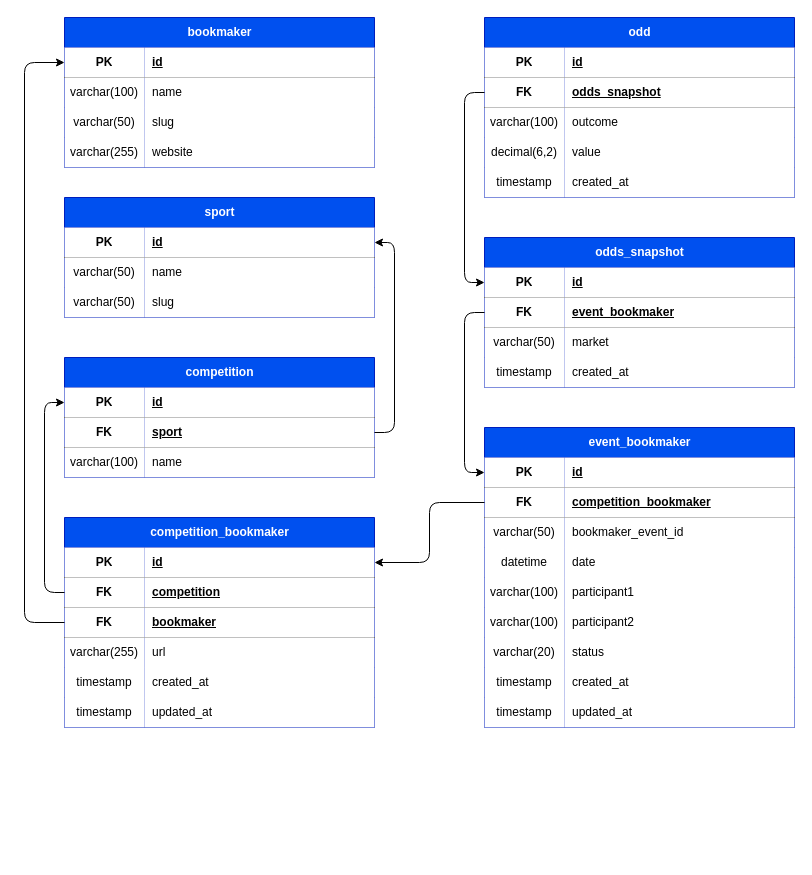
Earlier version of the draw.io diagram docs/MCD/src/scrapodd.drawio (davidb99/scrapodd). Source tidied: cells renumbered, new cells numbered last; positions are measured from the earlier drawing's top-left corner, leaving out a move shared by most shapes. Both pictures are drawn from the tidied source at 100%, with x=0, y=0 at pixel (24, 17).
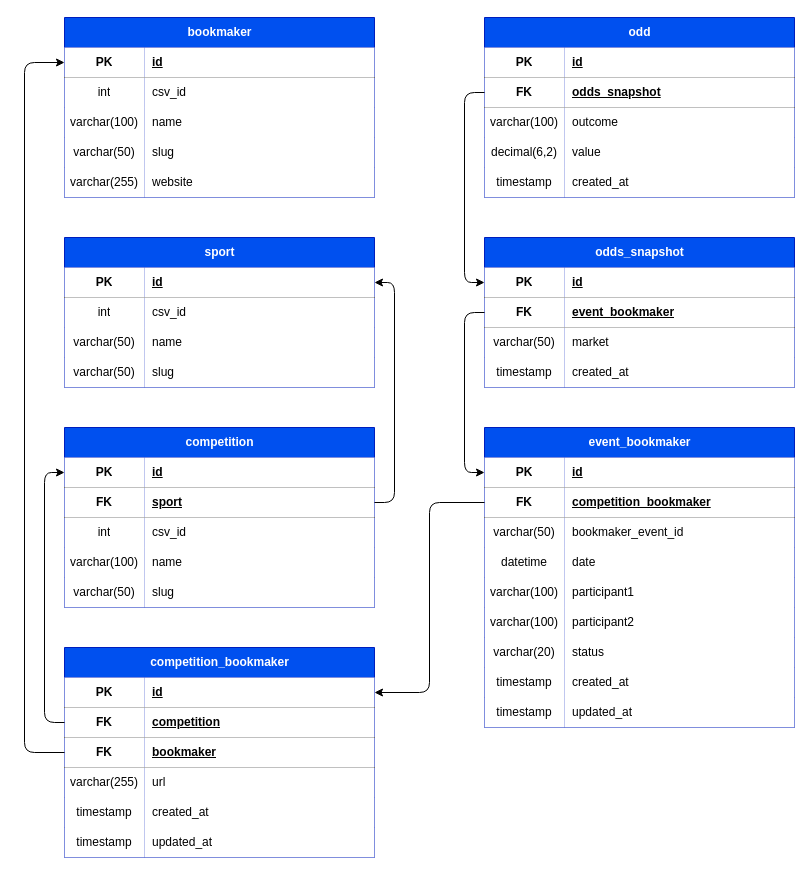
The same diagram, later.

Commit message (it also covers changes not shown here):
Ajout du slug dans l'entité Competition. Ajout du csv_id dans Bookmaker, Sport et Competition.

Unchanged cells that the change refers to:
```xml
<mxCell id="3" style="shape=tableRow;horizontal=0;startSize=0;swimlaneHead=0;swimlaneBody=0;fillColor=none;points=[[0,0.5],[1,0.5]];portConstraint=eastwest;top=0;left=0;right=0;bottom=1;rounded=0;" parent="2" vertex="1">
  <mxGeometry y="30" width="310" height="30" as="geometry" />
</mxCell>
<mxCell id="79" style="shape=tableRow;horizontal=0;startSize=0;swimlaneHead=0;swimlaneBody=0;fillColor=none;top=0;left=0;right=0;bottom=0;rounded=0;" parent="72" vertex="1">
  <mxGeometry y="90" width="310" height="30" as="geometry" />
</mxCell>
<mxCell id="89" style="shape=tableRow;horizontal=0;startSize=0;swimlaneHead=0;swimlaneBody=0;fillColor=none;points=[[0,0.5],[1,0.5]];portConstraint=eastwest;top=0;left=0;right=0;bottom=1;rounded=0;" parent="82" vertex="1">
  <mxGeometry y="90" width="310" height="30" as="geometry" />
</mxCell>
```

Diff of the diagram source:
```diff
@@
     <mxCell id="2" value="bookmaker" style="shape=table;startSize=30;childLayout=tableLayout;rowLines=0;fontStyle=1;align=center;html=1;fillColor=#0050ef;fontColor=#ffffff;strokeColor=#001DBC;rounded=0;" parent="1" vertex="1">
-      <mxGeometry x="40" width="310" height="150" as="geometry" />
+      <mxGeometry x="40" width="310" height="180" as="geometry" />
     </mxCell>
@@
+    <mxCell id="117" style="shape=tableRow;horizontal=0;startSize=0;swimlaneHead=0;swimlaneBody=0;fillColor=none;top=0;left=0;right=0;bottom=0;rounded=0;" parent="2" vertex="1">
+      <mxGeometry y="60" width="310" height="30" as="geometry" />
+    </mxCell>
+    <mxCell id="118" value="int" style="shape=partialRectangle;top=0;left=0;bottom=0;right=0;overflow=hidden;whiteSpace=wrap;html=1;rounded=0;" parent="117" vertex="1">
+      <mxGeometry width="80" height="30" as="geometry" />
+    </mxCell>
+    <mxCell id="119" value="csv_id" style="shape=partialRectangle;top=0;left=0;bottom=0;right=0;align=left;spacingLeft=6;overflow=hidden;whiteSpace=wrap;html=1;rounded=0;" parent="117" vertex="1">
+      <mxGeometry x="80" width="230" height="30" as="geometry" />
+    </mxCell>
     <mxCell id="6" style="shape=tableRow;horizontal=0;startSize=0;swimlaneHead=0;swimlaneBody=0;fillColor=none;top=0;left=0;right=0;bottom=0;rounded=0;" parent="2" vertex="1">
-      <mxGeometry y="60" width="310" height="30" as="geometry" />
+      <mxGeometry y="90" width="310" height="30" as="geometry" />
     </mxCell>
@@
     <mxCell id="9" style="shape=tableRow;horizontal=0;startSize=0;swimlaneHead=0;swimlaneBody=0;fillColor=none;top=0;left=0;right=0;bottom=0;rounded=0;" parent="2" vertex="1">
-      <mxGeometry y="90" width="310" height="30" as="geometry" />
+      <mxGeometry y="120" width="310" height="30" as="geometry" />
     </mxCell>
@@
     <mxCell id="12" style="shape=tableRow;horizontal=0;startSize=0;swimlaneHead=0;swimlaneBody=0;fillColor=none;top=0;left=0;right=0;bottom=0;rounded=0;" parent="2" vertex="1">
-      <mxGeometry y="120" width="310" height="30" as="geometry" />
+      <mxGeometry y="150" width="310" height="30" as="geometry" />
     </mxCell>
@@
     <mxCell id="72" value="competition" style="shape=table;startSize=30;childLayout=tableLayout;rowLines=0;fontStyle=1;align=center;html=1;fillColor=#0050ef;fontColor=#ffffff;strokeColor=#001DBC;rounded=0;" parent="1" vertex="1">
-      <mxGeometry x="40" y="340" width="310" height="120" as="geometry" />
+      <mxGeometry x="40" y="410" width="310" height="180" as="geometry" />
     </mxCell>
@@
-    <mxCell id="80" value="varchar(100)" style="shape=partialRectangle;top=0;left=0;bottom=0;right=0;overflow=hidden;whiteSpace=wrap;html=1;rounded=0;" parent="79" vertex="1">
+    <mxCell id="80" value="int" style="shape=partialRectangle;top=0;left=0;bottom=0;right=0;overflow=hidden;whiteSpace=wrap;html=1;rounded=0;" parent="79" vertex="1">
       <mxGeometry width="80" height="30" as="geometry" />
     </mxCell>
-    <mxCell id="81" value="name" style="shape=partialRectangle;top=0;left=0;bottom=0;right=0;align=left;spacingLeft=6;overflow=hidden;whiteSpace=wrap;html=1;rounded=0;" parent="79" vertex="1">
+    <mxCell id="81" value="csv_id" style="shape=partialRectangle;top=0;left=0;bottom=0;right=0;align=left;spacingLeft=6;overflow=hidden;whiteSpace=wrap;html=1;rounded=0;" parent="79" vertex="1">
       <mxGeometry x="80" width="230" height="30" as="geometry" />
     </mxCell>
+    <mxCell id="120" style="shape=tableRow;horizontal=0;startSize=0;swimlaneHead=0;swimlaneBody=0;fillColor=none;top=0;left=0;right=0;bottom=0;rounded=0;" parent="72" vertex="1">
+      <mxGeometry y="120" width="310" height="30" as="geometry" />
+    </mxCell>
+    <mxCell id="121" value="varchar(100)" style="shape=partialRectangle;top=0;left=0;bottom=0;right=0;overflow=hidden;whiteSpace=wrap;html=1;rounded=0;" parent="120" vertex="1">
+      <mxGeometry width="80" height="30" as="geometry" />
+    </mxCell>
+    <mxCell id="122" value="name" style="shape=partialRectangle;top=0;left=0;bottom=0;right=0;align=left;spacingLeft=6;overflow=hidden;whiteSpace=wrap;html=1;rounded=0;" parent="120" vertex="1">
+      <mxGeometry x="80" width="230" height="30" as="geometry" />
+    </mxCell>
+    <mxCell id="123" style="shape=tableRow;horizontal=0;startSize=0;swimlaneHead=0;swimlaneBody=0;fillColor=none;top=0;left=0;right=0;bottom=0;rounded=0;" parent="72" vertex="1">
+      <mxGeometry y="150" width="310" height="30" as="geometry" />
+    </mxCell>
+    <mxCell id="124" value="varchar(50)" style="shape=partialRectangle;top=0;left=0;bottom=0;right=0;overflow=hidden;whiteSpace=wrap;html=1;rounded=0;" parent="123" vertex="1">
+      <mxGeometry width="80" height="30" as="geometry" />
+    </mxCell>
+    <mxCell id="125" value="slug" style="shape=partialRectangle;top=0;left=0;bottom=0;right=0;align=left;spacingLeft=6;overflow=hidden;whiteSpace=wrap;html=1;rounded=0;" parent="123" vertex="1">
+      <mxGeometry x="80" width="230" height="30" as="geometry" />
+    </mxCell>
     <mxCell id="82" value="competition_bookmaker" style="shape=table;startSize=30;childLayout=tableLayout;rowLines=0;fontStyle=1;align=center;html=1;fillColor=#0050ef;fontColor=#ffffff;strokeColor=#001DBC;rounded=0;" parent="1" vertex="1">
-      <mxGeometry x="40" y="500" width="310" height="210" as="geometry" />
+      <mxGeometry x="40" y="630" width="310" height="210" as="geometry" />
     </mxCell>
@@
     <mxCell id="101" value="sport" style="shape=table;startSize=30;childLayout=tableLayout;rowLines=0;fontStyle=1;align=center;html=1;fillColor=#0050ef;fontColor=#ffffff;strokeColor=#001DBC;rounded=0;" parent="1" vertex="1">
-      <mxGeometry x="40" y="180" width="310" height="120" as="geometry" />
+      <mxGeometry x="40" y="220" width="310" height="150" as="geometry" />
     </mxCell>
@@
+    <mxCell id="126" style="shape=tableRow;horizontal=0;startSize=0;swimlaneHead=0;swimlaneBody=0;fillColor=none;top=0;left=0;right=0;bottom=0;rounded=0;" parent="101" vertex="1">
+      <mxGeometry y="60" width="310" height="30" as="geometry" />
+    </mxCell>
+    <mxCell id="127" value="int" style="shape=partialRectangle;top=0;left=0;bottom=0;right=0;overflow=hidden;whiteSpace=wrap;html=1;rounded=0;" parent="126" vertex="1">
+      <mxGeometry width="80" height="30" as="geometry" />
+    </mxCell>
+    <mxCell id="128" value="csv_id" style="shape=partialRectangle;top=0;left=0;bottom=0;right=0;align=left;spacingLeft=6;overflow=hidden;whiteSpace=wrap;html=1;rounded=0;" parent="126" vertex="1">
+      <mxGeometry x="80" width="230" height="30" as="geometry" />
+    </mxCell>
     <mxCell id="105" style="shape=tableRow;horizontal=0;startSize=0;swimlaneHead=0;swimlaneBody=0;fillColor=none;top=0;left=0;right=0;bottom=0;rounded=0;" parent="101" vertex="1">
-      <mxGeometry y="60" width="310" height="30" as="geometry" />
+      <mxGeometry y="90" width="310" height="30" as="geometry" />
     </mxCell>
@@
     <mxCell id="108" style="shape=tableRow;horizontal=0;startSize=0;swimlaneHead=0;swimlaneBody=0;fillColor=none;top=0;left=0;right=0;bottom=0;rounded=0;" parent="101" vertex="1">
-      <mxGeometry y="90" width="310" height="30" as="geometry" />
+      <mxGeometry y="120" width="310" height="30" as="geometry" />
     </mxCell>
@@
     <mxCell id="116" style="edgeStyle=orthogonalEdgeStyle;rounded=1;jettySize=auto;html=1;exitX=0;exitY=0.5;exitDx=0;exitDy=0;entryX=0;entryY=0.5;entryDx=0;entryDy=0;curved=0;" parent="1" edge="1" source="89" target="3">
       <mxGeometry relative="1" as="geometry">
         <Array as="points">
-          <mxPoint y="605" />
+          <mxPoint y="735" />
           <mxPoint y="45" />
         </Array>
       </mxGeometry>
     </mxCell>
```
